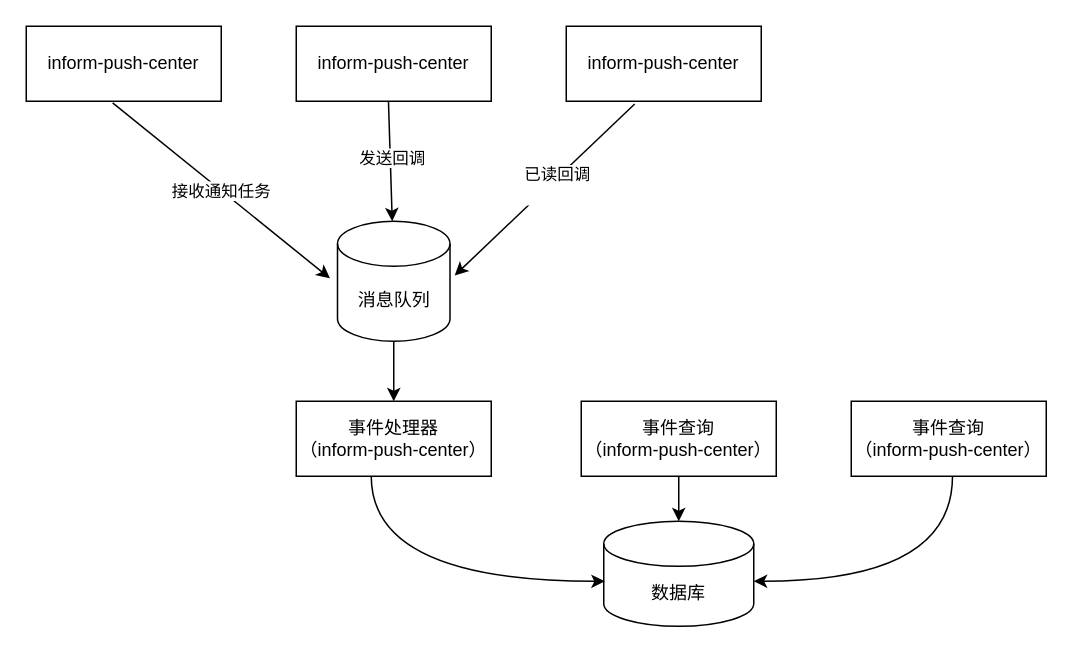
This is 精准通知消息链路.drawio from DongRuihua/draw, a draw.io file, before an edit. Source tidied: cells renumbered, new cells numbered last; positions are measured from the earlier drawing's top-left corner, leaving out a move shared by most shapes. Both pictures are drawn from the tidied source at 150%, with x=0, y=0 at pixel (26, 26).
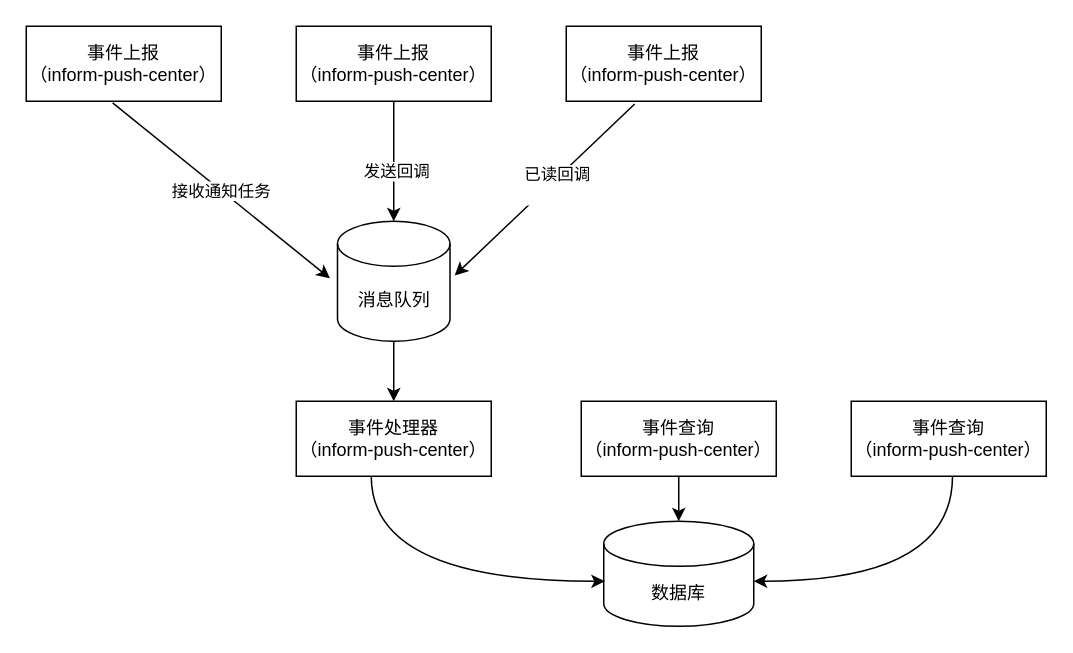
Above is the later version.

Commit message:
更新精准通知消息链路.drawio

The change refers to these unchanged cells:
```xml
<mxCell id="12" value="消息队列" style="shape=cylinder3;whiteSpace=wrap;html=1;boundedLbl=1;backgroundOutline=1;size=15;" parent="1" vertex="1">
  <mxGeometry x="207.5" y="130" width="75" height="80" as="geometry" />
</mxCell>
```

Diff of the diagram source:
```diff
@@
-    <mxCell id="2" value="inform-push-center" style="rounded=0;whiteSpace=wrap;html=1;" parent="1" vertex="1">
+    <mxCell id="2" value="事件上报&lt;br&gt;（inform-push-center）" style="rounded=0;whiteSpace=wrap;html=1;" parent="1" vertex="1">
       <mxGeometry width="130" height="50" as="geometry" />
     </mxCell>
+    <mxCell id="20" style="edgeStyle=orthogonalEdgeStyle;rounded=0;jettySize=auto;html=1;" parent="1" edge="1" source="3" target="12">
+      <mxGeometry relative="1" as="geometry" />
+    </mxCell>
+    <mxCell id="8" value="发送回调" style="edgeLabel;html=1;align=center;verticalAlign=middle;" parent="20" vertex="1">
+      <mxGeometry x="0.15" y="1" relative="1" as="geometry" />
+    </mxCell>
-    <mxCell id="3" value="inform-push-center" style="rounded=0;whiteSpace=wrap;html=1;" parent="1" vertex="1">
+    <mxCell id="3" value="事件上报&lt;br&gt;（inform-push-center）" style="rounded=0;whiteSpace=wrap;html=1;" parent="1" vertex="1">
       <mxGeometry x="180" width="130" height="50" as="geometry" />
     </mxCell>
-    <mxCell id="4" value="inform-push-center" style="rounded=0;whiteSpace=wrap;html=1;" parent="1" vertex="1">
+    <mxCell id="4" value="事件上报&lt;br&gt;（inform-push-center）" style="rounded=0;whiteSpace=wrap;html=1;" parent="1" vertex="1">
       <mxGeometry x="360" width="130" height="50" as="geometry" />
     </mxCell>
@@
-    <mxCell id="7" style="endArrow=classic;html=1;rounded=0;exitX=0.473;exitY=1.006;exitDx=0;exitDy=0;exitPerimeter=0;" parent="1" edge="1" source="3">
-      <mxGeometry relative="1" as="geometry">
-        <mxPoint x="244" y="130" as="targetPoint" />
-      </mxGeometry>
-    </mxCell>
-    <mxCell id="8" value="发送回调" style="edgeLabel;html=1;align=center;verticalAlign=middle;" parent="7" vertex="1">
-      <mxGeometry x="-0.08" y="1" relative="1" as="geometry" />
-    </mxCell>
```
